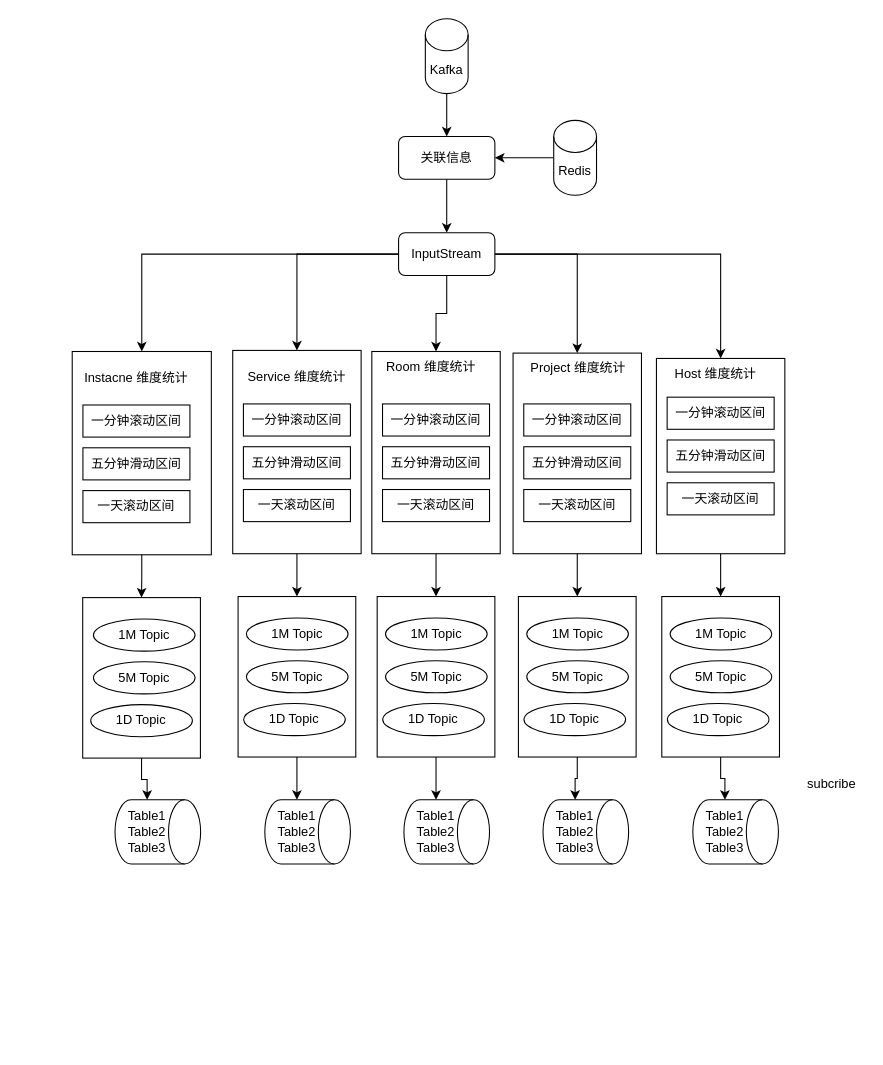
The draw.io diagram draw.io/Flink 实例预统计 Job 流程.drawio in KeatonLi/pictures, before the edit. Source tidied: cells renumbered, new cells numbered last; positions are measured from the earlier drawing's top-left corner, leaving out a move shared by most shapes. Both pictures are drawn from the tidied source at 107%, with x=0, y=0 at pixel (72, 18).
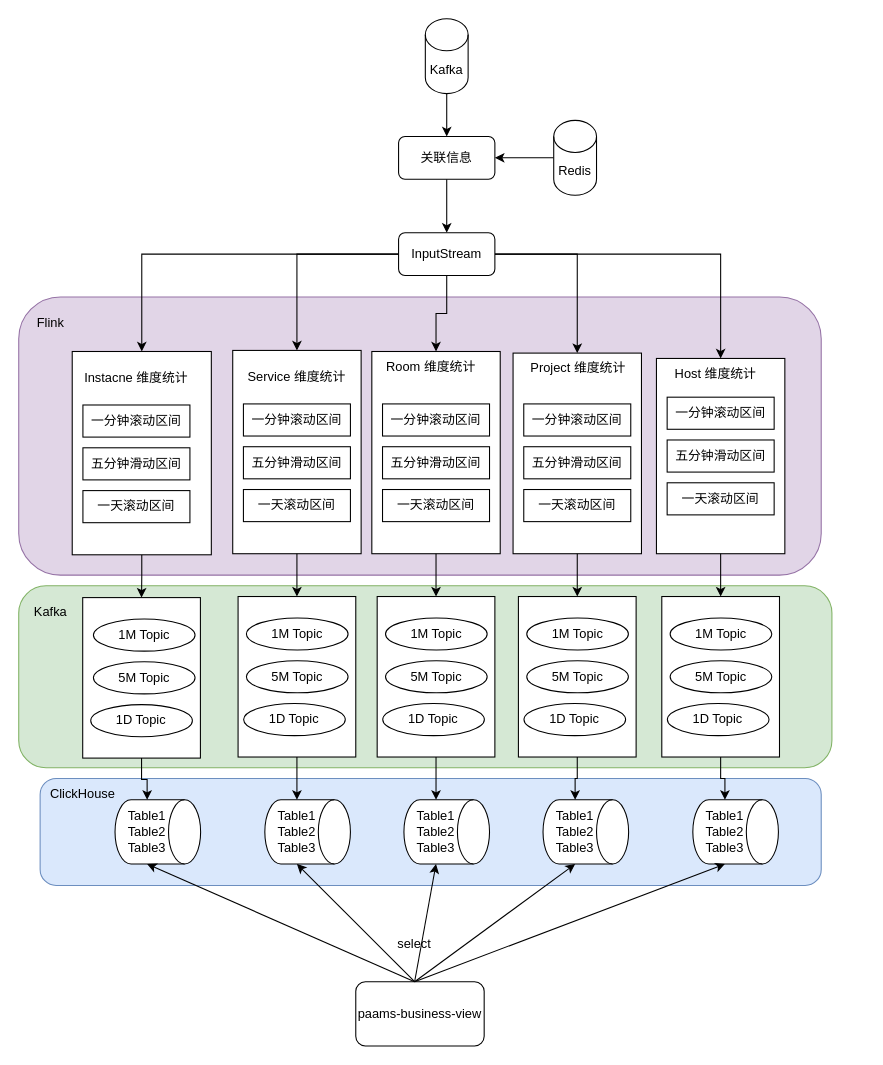
After the change.

Commit message (it also covers changes not shown here):
更新Flink 实例预统计 Job 流程.drawio

The change refers to these unchanged cells:
```xml
<mxCell id="78" value="Table3" style="text;html=1;align=center;verticalAlign=middle;whiteSpace=wrap;rounded=0;" parent="74" vertex="1">
  <mxGeometry y="30" width="60" height="30" as="geometry" />
</mxCell>
<mxCell id="83" value="Table3" style="text;html=1;align=center;verticalAlign=middle;whiteSpace=wrap;rounded=0;" parent="79" vertex="1">
  <mxGeometry y="30" width="60" height="30" as="geometry" />
</mxCell>
<mxCell id="88" value="Table3" style="text;html=1;align=center;verticalAlign=middle;whiteSpace=wrap;rounded=0;" parent="84" vertex="1">
  <mxGeometry y="30" width="60" height="30" as="geometry" />
</mxCell>
<mxCell id="93" value="Table3" style="text;html=1;align=center;verticalAlign=middle;whiteSpace=wrap;rounded=0;" parent="89" vertex="1">
  <mxGeometry y="30" width="60" height="30" as="geometry" />
</mxCell>
<mxCell id="98" value="Table3" style="text;html=1;align=center;verticalAlign=middle;whiteSpace=wrap;rounded=0;" parent="94" vertex="1">
  <mxGeometry y="30" width="60" height="30" as="geometry" />
</mxCell>
```

What changed in the source:
```diff
@@
+    <mxCell id="105" style="rounded=1;whiteSpace=wrap;html=1;fillColor=#d5e8d4;strokeColor=#82b366;" parent="1" vertex="1">
+      <mxGeometry x="-50" y="530" width="760" height="170" as="geometry" />
+    </mxCell>
+    <mxCell id="106" style="rounded=1;whiteSpace=wrap;html=1;fillColor=#dae8fc;strokeColor=#6c8ebf;" parent="1" vertex="1">
+      <mxGeometry x="-30" y="710" width="730" height="100" as="geometry" />
+    </mxCell>
+    <mxCell id="107" style="rounded=1;whiteSpace=wrap;html=1;fillColor=#e1d5e7;strokeColor=#9673a6;" parent="1" vertex="1">
+      <mxGeometry x="-50" y="260" width="750" height="260" as="geometry" />
+    </mxCell>
@@
-    <mxCell id="104" value="subcribe" style="text;html=1;align=center;verticalAlign=middle;whiteSpace=wrap;rounded=0;" parent="1" vertex="1">
-      <mxGeometry x="680" y="700" width="60" height="30" as="geometry" />
+    <mxCell id="104" value="ClickHouse" style="text;html=1;align=center;verticalAlign=middle;whiteSpace=wrap;rounded=0;" parent="1" vertex="1">
+      <mxGeometry x="-20" y="710" width="60" height="30" as="geometry" />
     </mxCell>
+    <mxCell id="108" value="paams-business-view" style="rounded=1;whiteSpace=wrap;html=1;" parent="1" vertex="1">
+      <mxGeometry x="265" y="900" width="120" height="60" as="geometry" />
+    </mxCell>
+    <mxCell id="109" style="endArrow=classic;html=1;rounded=0;entryX=0.5;entryY=1;entryDx=0;entryDy=0;" parent="1" edge="1" target="78">
+      <mxGeometry relative="1" as="geometry">
+        <mxPoint x="320" y="900" as="sourcePoint" />
+      </mxGeometry>
+    </mxCell>
+    <mxCell id="110" style="endArrow=classic;html=1;rounded=0;entryX=0.5;entryY=1;entryDx=0;entryDy=0;" parent="1" edge="1" target="83">
+      <mxGeometry relative="1" as="geometry">
+        <mxPoint x="320" y="900" as="sourcePoint" />
+      </mxGeometry>
+    </mxCell>
+    <mxCell id="111" style="endArrow=classic;html=1;rounded=0;entryX=0.5;entryY=1;entryDx=0;entryDy=0;" parent="1" edge="1" target="88">
+      <mxGeometry relative="1" as="geometry">
+        <mxPoint x="320" y="900" as="sourcePoint" />
+      </mxGeometry>
+    </mxCell>
+    <mxCell id="112" style="endArrow=classic;html=1;rounded=0;entryX=0.5;entryY=1;entryDx=0;entryDy=0;" parent="1" edge="1" target="93">
+      <mxGeometry relative="1" as="geometry">
+        <mxPoint x="320" y="900" as="sourcePoint" />
+      </mxGeometry>
+    </mxCell>
+    <mxCell id="113" style="endArrow=classic;html=1;rounded=0;entryX=0.5;entryY=1;entryDx=0;entryDy=0;" parent="1" edge="1" target="98">
+      <mxGeometry relative="1" as="geometry">
+        <mxPoint x="320" y="900" as="sourcePoint" />
+      </mxGeometry>
+    </mxCell>
+    <mxCell id="114" value="select" style="text;html=1;align=center;verticalAlign=middle;whiteSpace=wrap;rounded=0;" parent="1" vertex="1">
+      <mxGeometry x="290" y="850" width="60" height="30" as="geometry" />
+    </mxCell>
+    <mxCell id="115" value="Flink" style="text;html=1;align=center;verticalAlign=middle;whiteSpace=wrap;rounded=0;" parent="1" vertex="1">
+      <mxGeometry x="-50" y="270" width="60" height="30" as="geometry" />
+    </mxCell>
+    <mxCell id="116" value="Kafka" style="text;html=1;align=center;verticalAlign=middle;whiteSpace=wrap;rounded=0;" parent="1" vertex="1">
+      <mxGeometry x="-50" y="540" width="60" height="30" as="geometry" />
+    </mxCell>
```
